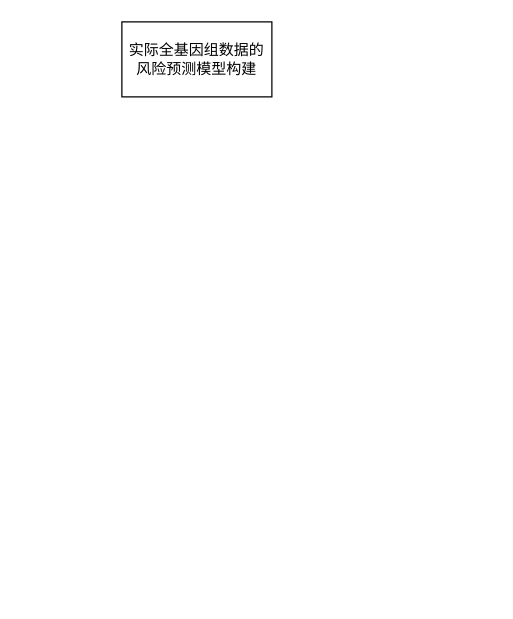
This is path.drawio from YaluWen/try, a draw.io file, before an edit. Source tidied: cells renumbered, new cells numbered last; positions are measured from the earlier drawing's top-left corner, leaving out a move shared by most shapes. Both pictures are drawn from the tidied source at 125%, with x=0, y=0 at pixel (121, 21).
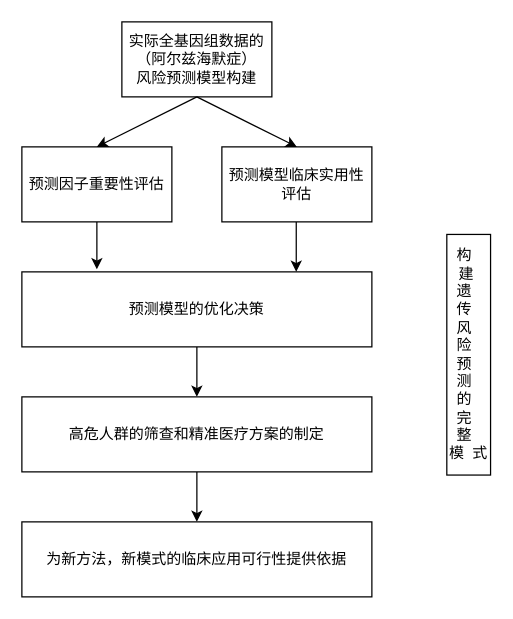
Above is the later version.

What changed in the source:
```diff
@@
 <mxGraphModel>
   <root>
     <mxCell id="0" />
     <mxCell id="1" parent="0" />
-    <mxCell id="2" value="实际全基因组数据的风险预测模型构建" style="rounded=0;whiteSpace=wrap;html=1;" parent="1" vertex="1">
+    <mxCell id="2" value="&lt;div&gt;实际全基因组数据的（阿尔兹海默症）&lt;/div&gt;&lt;div&gt;风险预测模型构建&lt;/div&gt;" style="rounded=0;whiteSpace=wrap;html=1;" parent="1" vertex="1">
       <mxGeometry width="120" height="60" as="geometry" />
     </mxCell>
+    <mxCell id="3" value="预测因子重要性评估" style="rounded=0;whiteSpace=wrap;html=1;" parent="1" vertex="1">
+      <mxGeometry x="-80" y="100" width="120" height="60" as="geometry" />
+    </mxCell>
+    <mxCell id="4" style="endArrow=classic;html=1;exitX=0.5;exitY=1;exitDx=0;exitDy=0;entryX=0.5;entryY=0;entryDx=0;entryDy=0;" parent="1" edge="1" source="2" target="3">
+      <mxGeometry relative="1" as="geometry" />
+    </mxCell>
+    <mxCell id="5" value="预测模型临床实用性评估" style="rounded=0;whiteSpace=wrap;html=1;" parent="1" vertex="1">
+      <mxGeometry x="80" y="100" width="120" height="60" as="geometry" />
+    </mxCell>
+    <mxCell id="6" style="endArrow=classic;html=1;exitX=0.5;exitY=1;exitDx=0;exitDy=0;entryX=0.5;entryY=0;entryDx=0;entryDy=0;" parent="1" edge="1" source="2" target="5">
+      <mxGeometry relative="1" as="geometry" />
+    </mxCell>
+    <mxCell id="7" style="edgeStyle=orthogonalEdgeStyle;rounded=0;jettySize=auto;html=1;" parent="1" edge="1" source="8" target="12">
+      <mxGeometry relative="1" as="geometry" />
+    </mxCell>
+    <mxCell id="8" value="预测模型的优化决策" style="rounded=0;whiteSpace=wrap;html=1;" parent="1" vertex="1">
+      <mxGeometry x="-80" y="200" width="280" height="60" as="geometry" />
+    </mxCell>
+    <mxCell id="9" style="endArrow=classic;html=1;exitX=0.5;exitY=1;exitDx=0;exitDy=0;" parent="1" edge="1" source="3">
+      <mxGeometry relative="1" as="geometry">
+        <mxPoint x="-20" y="198" as="targetPoint" />
+      </mxGeometry>
+    </mxCell>
+    <mxCell id="10" style="endArrow=classic;html=1;exitX=0.5;exitY=1;exitDx=0;exitDy=0;" parent="1" edge="1">
+      <mxGeometry relative="1" as="geometry">
+        <mxPoint x="139.5" y="160" as="sourcePoint" />
+        <mxPoint x="139.5" y="200" as="targetPoint" />
+      </mxGeometry>
+    </mxCell>
+    <mxCell id="11" style="edgeStyle=orthogonalEdgeStyle;rounded=0;jettySize=auto;html=1;" parent="1" edge="1" source="12" target="13">
+      <mxGeometry relative="1" as="geometry" />
+    </mxCell>
+    <mxCell id="12" value="高危人群的筛查和精准医疗方案的制定" style="whiteSpace=wrap;html=1;rounded=0;" parent="1" vertex="1">
+      <mxGeometry x="-80" y="300" width="280" height="60" as="geometry" />
+    </mxCell>
+    <mxCell id="13" value="为新方法，新模式的临床应用可行性提供依据" style="whiteSpace=wrap;html=1;rounded=0;" parent="1" vertex="1">
+      <mxGeometry x="-80" y="400" width="280" height="60" as="geometry" />
+    </mxCell>
+    <mxCell id="14" value="&lt;font style=&quot;font-size: 12px&quot;&gt;构&amp;nbsp;&amp;nbsp; 建&amp;nbsp; 遗&amp;nbsp;&amp;nbsp; 传&amp;nbsp;&amp;nbsp; 风&amp;nbsp;&amp;nbsp; 险&amp;nbsp;&amp;nbsp; 预&amp;nbsp;&amp;nbsp; 测&amp;nbsp;&amp;nbsp; 的&amp;nbsp;&amp;nbsp; 完&amp;nbsp;&amp;nbsp; 整&amp;nbsp;&amp;nbsp; 模&amp;nbsp; 式&lt;/font&gt;" style="rounded=0;whiteSpace=wrap;html=1;rotation=90;horizontal=0;labelPosition=center;verticalLabelPosition=middle;align=center;verticalAlign=middle;textDirection=rtl;" parent="1" vertex="1">
+      <mxGeometry x="181.2" y="248.8" width="192.5" height="35" as="geometry" />
+    </mxCell>
   </root>
 </mxGraphModel>
```
